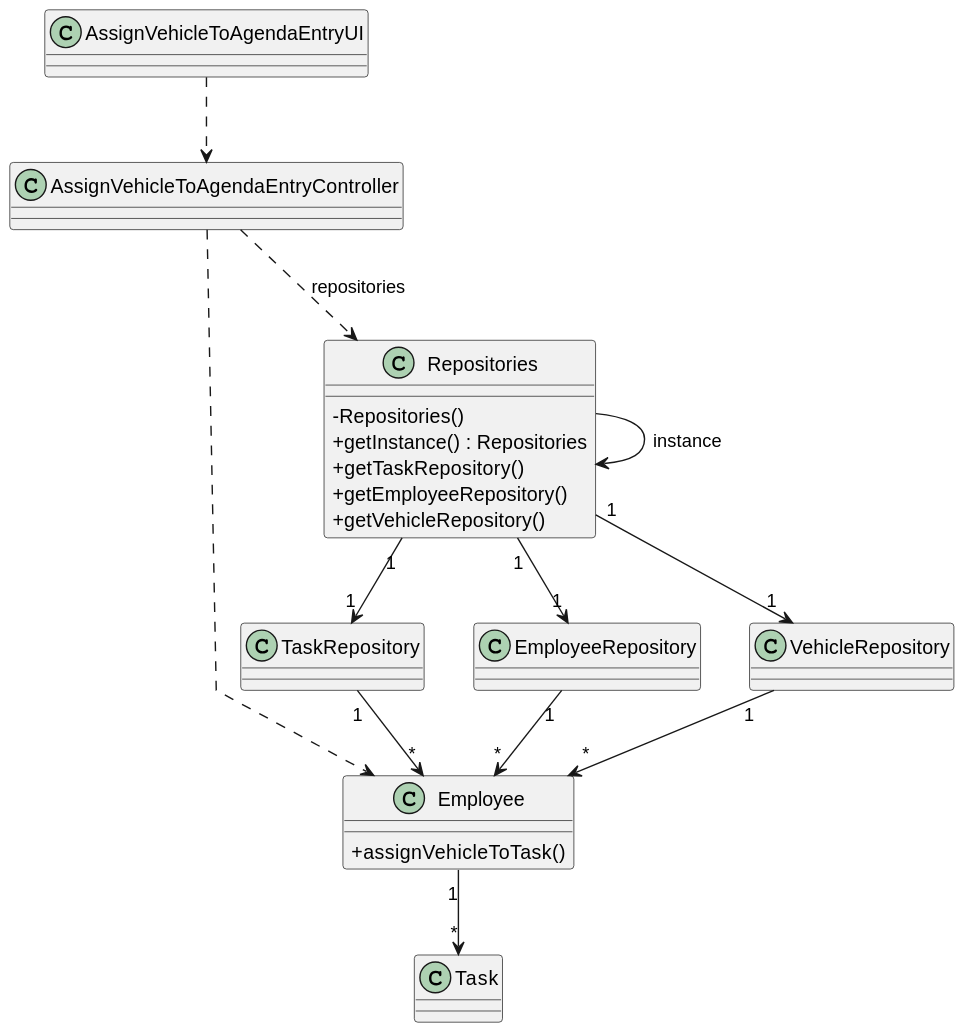
Earlier version of the PlantUML export docs/sprintC/US026/03.design/svg/us026-class-diagram.svg (LopemigueISEP/lei-24-s2-1nb-g312). Source of this version:
```plantuml
@startuml
skinparam packageStyle rectangle
skinparam shadowing false
skinparam linetype polyline

skinparam classAttributeIconSize 0


class AssignVehicleToAgendaEntryUI{
}

class AssignVehicleToAgendaEntryController{
}

class Employee {
+assignVehicleToTask()
}

class Task{
}

class TaskRepository {
}

class EmployeeRepository {
}

class VehicleRepository{
}

class Repositories {
    - Repositories()
    + getInstance() : Repositories
    + getTaskRepository()
    + getEmployeeRepository()
    + getVehicleRepository()

}





Repositories --> Repositories : instance


AssignVehicleToAgendaEntryUI ..> AssignVehicleToAgendaEntryController

AssignVehicleToAgendaEntryController ..> Repositories : repositories


Repositories "1"--> "1" TaskRepository
Repositories "1"--> "1" EmployeeRepository
Repositories "1"--> "1" VehicleRepository

TaskRepository "1"--> "*" Employee
EmployeeRepository "1"--> "*" Employee
VehicleRepository "1"--> "*" Employee

Employee "1" --> "*"Task


AssignVehicleToAgendaEntryController ..> Employee
@enduml
```
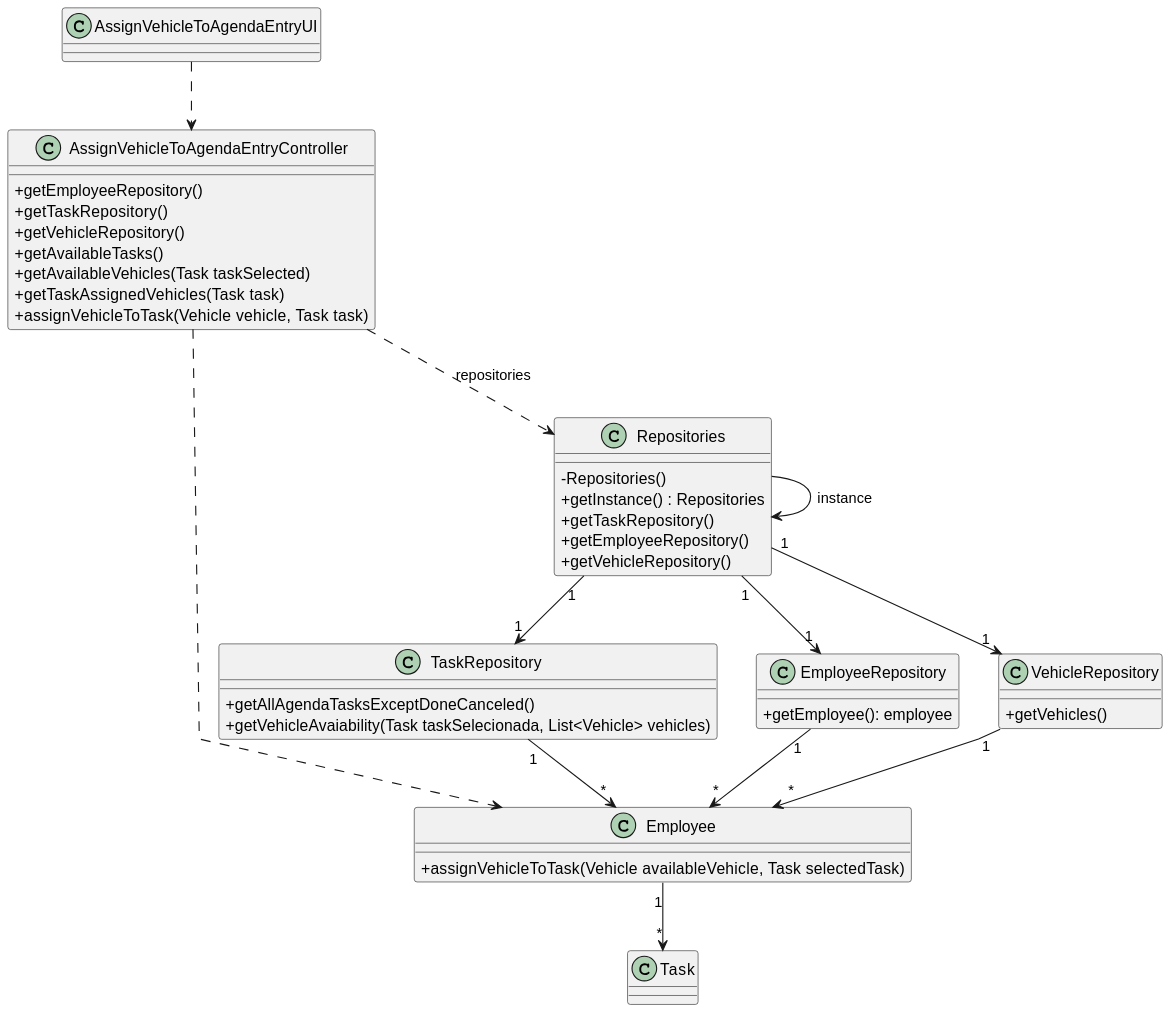
After the commit.

Commit message:
US26 - updated class diagram, finished documentation - close #7

Diff of the diagram source:
```diff
@@ -10,22 +10,34 @@
 }
 
 class AssignVehicleToAgendaEntryController{
++getEmployeeRepository()
++getTaskRepository()
++getVehicleRepository()
++getAvailableTasks()
++getAvailableVehicles(Task taskSelected)
++getTaskAssignedVehicles(Task task)
++assignVehicleToTask(Vehicle vehicle, Task task)
 }
 
 class Employee {
-+assignVehicleToTask()
++assignVehicleToTask(Vehicle availableVehicle, Task selectedTask)
 }
 
 class Task{
 }
 
 class TaskRepository {
++getAllAgendaTasksExceptDoneCanceled()
++getVehicleAvaiability(Task taskSelecionada, List<Vehicle> vehicles)
 }
 
 class EmployeeRepository {
++getEmployee(): employee
 }
 
 class VehicleRepository{
++getVehicles()
+
 }
 
 class Repositories {
```
